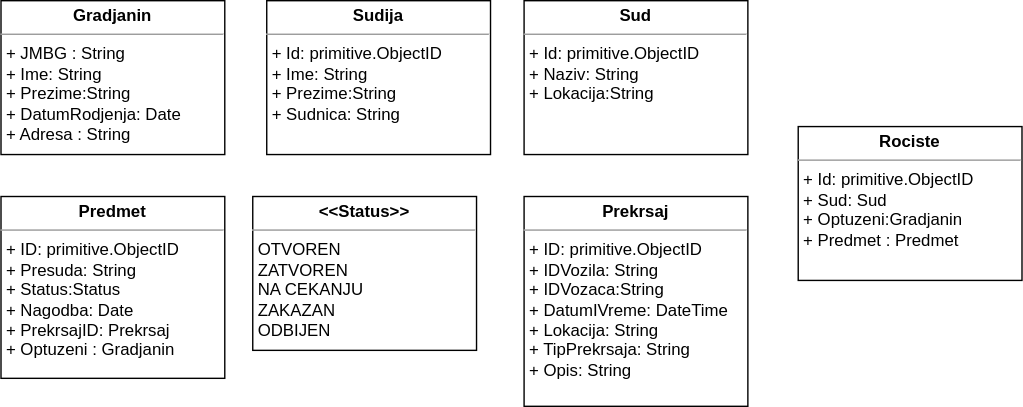
Above: Diagrams/PrekrsajniSudClassDiagram.svg in anna02272/EGovernment (draw.io), before the change. Source tidied: cells renumbered, new cells last; positions are measured from the earlier drawing's top-left corner, leaving out a move shared by most shapes. Source of this version:
```xml
<mxGraphModel>
  <root>
    <mxCell id="0" />
    <mxCell id="1" parent="0" />
    <mxCell id="2" value="&lt;p style=&quot;margin:0px;margin-top:4px;text-align:center;&quot;&gt;&lt;b&gt;Gradjanin&lt;/b&gt;&lt;/p&gt;&lt;hr size=&quot;1&quot;&gt;&lt;p style=&quot;margin:0px;margin-left:4px;&quot;&gt;+ JMBG : String&lt;/p&gt;&lt;p style=&quot;margin:0px;margin-left:4px;&quot;&gt;+ Ime: String&lt;/p&gt;&lt;p style=&quot;margin:0px;margin-left:4px;&quot;&gt;+ Prezime:String&lt;/p&gt;&lt;p style=&quot;margin:0px;margin-left:4px;&quot;&gt;+ DatumRodjenja: Date&lt;/p&gt;&lt;p style=&quot;margin:0px;margin-left:4px;&quot;&gt;+ Adresa : String&lt;/p&gt;&lt;p style=&quot;margin:0px;margin-left:4px;&quot;&gt;&lt;br&gt;&lt;/p&gt;" style="verticalAlign=top;align=left;overflow=fill;fontSize=12;fontFamily=Helvetica;html=1;whiteSpace=wrap;" parent="1" vertex="1">
      <mxGeometry width="160" height="110" as="geometry" />
    </mxCell>
    <mxCell id="3" value="&lt;p style=&quot;margin:0px;margin-top:4px;text-align:center;&quot;&gt;&lt;b&gt;Sudija&lt;/b&gt;&lt;/p&gt;&lt;hr size=&quot;1&quot;&gt;&lt;p style=&quot;margin:0px;margin-left:4px;&quot;&gt;+ Id: primitive.ObjectID&lt;/p&gt;&lt;p style=&quot;margin:0px;margin-left:4px;&quot;&gt;+ Ime: String&lt;/p&gt;&lt;p style=&quot;margin:0px;margin-left:4px;&quot;&gt;+ Prezime:String&lt;/p&gt;&lt;p style=&quot;margin:0px;margin-left:4px;&quot;&gt;+ Sudnica: String&lt;/p&gt;&lt;p style=&quot;margin:0px;margin-left:4px;&quot;&gt;&lt;br&gt;&lt;/p&gt;" style="verticalAlign=top;align=left;overflow=fill;fontSize=12;fontFamily=Helvetica;html=1;whiteSpace=wrap;" parent="1" vertex="1">
      <mxGeometry x="190" width="160" height="110" as="geometry" />
    </mxCell>
    <mxCell id="4" value="&lt;p style=&quot;margin:0px;margin-top:4px;text-align:center;&quot;&gt;&lt;b&gt;Predmet&lt;/b&gt;&lt;/p&gt;&lt;hr size=&quot;1&quot;&gt;&lt;p style=&quot;margin:0px;margin-left:4px;&quot;&gt;+ ID: primitive.ObjectID&lt;/p&gt;&lt;p style=&quot;margin:0px;margin-left:4px;&quot;&gt;+ Presuda: String&lt;/p&gt;&lt;p style=&quot;margin:0px;margin-left:4px;&quot;&gt;+ Status:Status&lt;/p&gt;&lt;p style=&quot;margin:0px;margin-left:4px;&quot;&gt;+ Nagodba: Date&lt;/p&gt;&lt;p style=&quot;margin:0px;margin-left:4px;&quot;&gt;+ PrekrsajID: Prekrsaj&lt;/p&gt;&lt;p style=&quot;margin:0px;margin-left:4px;&quot;&gt;+ Optuzeni : Gradjanin&lt;/p&gt;&lt;p style=&quot;margin:0px;margin-left:4px;&quot;&gt;&lt;br&gt;&lt;/p&gt;&lt;p style=&quot;margin:0px;margin-left:4px;&quot;&gt;&lt;br&gt;&lt;/p&gt;" style="verticalAlign=top;align=left;overflow=fill;fontSize=12;fontFamily=Helvetica;html=1;whiteSpace=wrap;" parent="1" vertex="1">
      <mxGeometry y="140" width="160" height="130" as="geometry" />
    </mxCell>
    <mxCell id="5" value="&lt;p style=&quot;margin:0px;margin-top:4px;text-align:center;&quot;&gt;&lt;b&gt;Sud&lt;/b&gt;&lt;/p&gt;&lt;hr size=&quot;1&quot;&gt;&lt;p style=&quot;border-color: var(--border-color); margin: 0px 0px 0px 4px;&quot;&gt;+ Id: primitive.ObjectID&lt;/p&gt;&lt;p style=&quot;margin:0px;margin-left:4px;&quot;&gt;+ Naziv: String&lt;br&gt;&lt;/p&gt;&lt;p style=&quot;margin:0px;margin-left:4px;&quot;&gt;+ Lokacija:String&lt;/p&gt;&lt;p style=&quot;margin:0px;margin-left:4px;&quot;&gt;&lt;br&gt;&lt;/p&gt;&lt;p style=&quot;margin:0px;margin-left:4px;&quot;&gt;&lt;br&gt;&lt;/p&gt;" style="verticalAlign=top;align=left;overflow=fill;fontSize=12;fontFamily=Helvetica;html=1;whiteSpace=wrap;" parent="1" vertex="1">
      <mxGeometry x="374" width="160" height="110" as="geometry" />
    </mxCell>
    <mxCell id="6" value="&lt;p style=&quot;margin:0px;margin-top:4px;text-align:center;&quot;&gt;&lt;b&gt;&amp;lt;&amp;lt;Status&amp;gt;&amp;gt;&lt;/b&gt;&lt;/p&gt;&lt;hr size=&quot;1&quot;&gt;&lt;p style=&quot;border-color: var(--border-color); margin: 0px 0px 0px 4px;&quot;&gt;OTVOREN&lt;/p&gt;&lt;p style=&quot;border-color: var(--border-color); margin: 0px 0px 0px 4px;&quot;&gt;ZATVOREN&lt;/p&gt;&lt;p style=&quot;border-color: var(--border-color); margin: 0px 0px 0px 4px;&quot;&gt;NA CEKANJU&amp;nbsp;&lt;/p&gt;&lt;p style=&quot;border-color: var(--border-color); margin: 0px 0px 0px 4px;&quot;&gt;ZAKAZAN&lt;/p&gt;&lt;p style=&quot;border-color: var(--border-color); margin: 0px 0px 0px 4px;&quot;&gt;ODBIJEN&lt;/p&gt;&lt;p style=&quot;margin:0px;margin-left:4px;&quot;&gt;&lt;br&gt;&lt;/p&gt;&lt;p style=&quot;margin:0px;margin-left:4px;&quot;&gt;&lt;br&gt;&lt;/p&gt;" style="verticalAlign=top;align=left;overflow=fill;fontSize=12;fontFamily=Helvetica;html=1;whiteSpace=wrap;" parent="1" vertex="1">
      <mxGeometry x="180" y="140" width="160" height="110" as="geometry" />
    </mxCell>
    <mxCell id="7" value="&lt;p style=&quot;margin:0px;margin-top:4px;text-align:center;&quot;&gt;&lt;b&gt;Prekrsaj&lt;/b&gt;&lt;/p&gt;&lt;hr size=&quot;1&quot;&gt;&lt;p style=&quot;margin:0px;margin-left:4px;&quot;&gt;+ ID: primitive.ObjectID&lt;/p&gt;&lt;p style=&quot;margin:0px;margin-left:4px;&quot;&gt;+ IDVozila: String&lt;/p&gt;&lt;p style=&quot;margin:0px;margin-left:4px;&quot;&gt;+ IDVozaca:String&lt;/p&gt;&lt;p style=&quot;margin:0px;margin-left:4px;&quot;&gt;+ DatumIVreme: DateTime&lt;/p&gt;&lt;p style=&quot;margin:0px;margin-left:4px;&quot;&gt;+ Lokacija: String&lt;/p&gt;&lt;p style=&quot;margin:0px;margin-left:4px;&quot;&gt;+ TipPrekrsaja: String&lt;/p&gt;&lt;p style=&quot;margin:0px;margin-left:4px;&quot;&gt;+ Opis: String&lt;/p&gt;&lt;p style=&quot;margin:0px;margin-left:4px;&quot;&gt;&lt;br&gt;&lt;/p&gt;&lt;p style=&quot;margin:0px;margin-left:4px;&quot;&gt;&lt;br&gt;&lt;/p&gt;&lt;p style=&quot;margin:0px;margin-left:4px;&quot;&gt;&lt;br&gt;&lt;/p&gt;" style="verticalAlign=top;align=left;overflow=fill;fontSize=12;fontFamily=Helvetica;html=1;whiteSpace=wrap;" parent="1" vertex="1">
      <mxGeometry x="374" y="140" width="160" height="150" as="geometry" />
    </mxCell>
    <mxCell id="8" value="&lt;p style=&quot;margin:0px;margin-top:4px;text-align:center;&quot;&gt;&lt;b&gt;Rociste&lt;/b&gt;&lt;/p&gt;&lt;hr size=&quot;1&quot;&gt;&lt;p style=&quot;border-color: var(--border-color); margin: 0px 0px 0px 4px;&quot;&gt;+ Id: primitive.ObjectID&lt;/p&gt;&lt;p style=&quot;margin:0px;margin-left:4px;&quot;&gt;+ Sud: Sud&lt;br&gt;&lt;/p&gt;&lt;p style=&quot;margin:0px;margin-left:4px;&quot;&gt;+ Optuzeni:Gradjanin&lt;/p&gt;&lt;p style=&quot;margin:0px;margin-left:4px;&quot;&gt;+ Predmet : Predmet&lt;/p&gt;&lt;p style=&quot;margin:0px;margin-left:4px;&quot;&gt;&lt;br&gt;&lt;/p&gt;&lt;p style=&quot;margin:0px;margin-left:4px;&quot;&gt;&lt;br&gt;&lt;/p&gt;" style="verticalAlign=top;align=left;overflow=fill;fontSize=12;fontFamily=Helvetica;html=1;whiteSpace=wrap;" parent="1" vertex="1">
      <mxGeometry x="570" y="90" width="160" height="110" as="geometry" />
    </mxCell>
  </root>
</mxGraphModel>
```
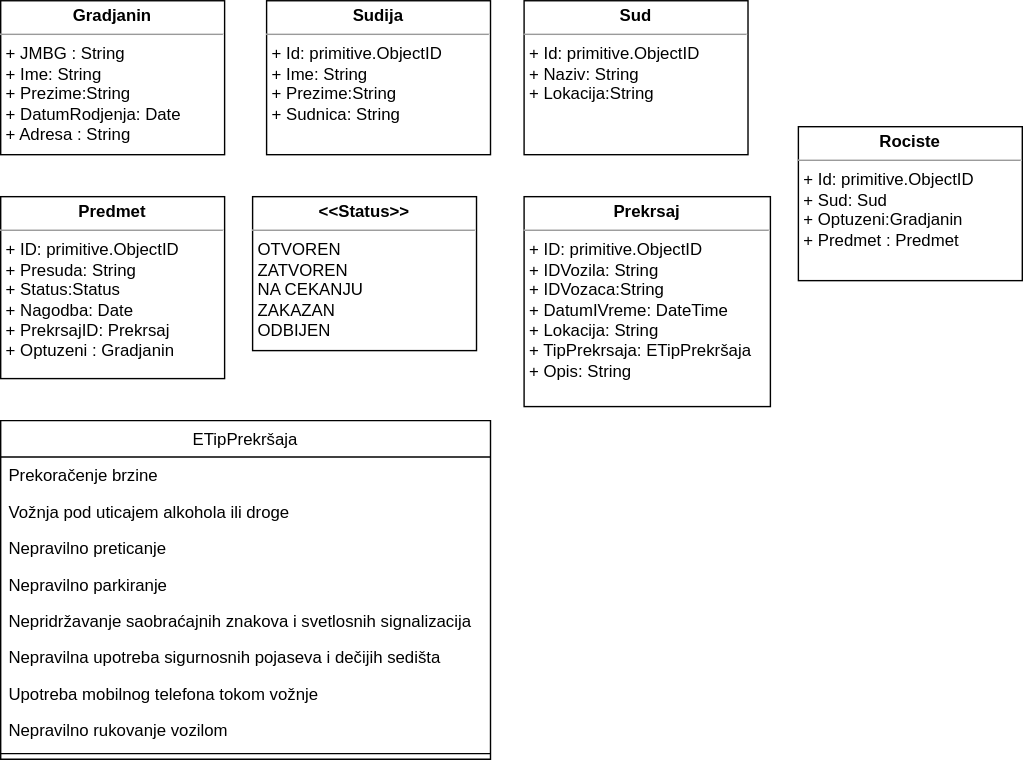
Above is the later version.

Diff of the diagram source:
```diff
@@ -17,11 +17,41 @@
     <mxCell id="6" value="&lt;p style=&quot;margin:0px;margin-top:4px;text-align:center;&quot;&gt;&lt;b&gt;&amp;lt;&amp;lt;Status&amp;gt;&amp;gt;&lt;/b&gt;&lt;/p&gt;&lt;hr size=&quot;1&quot;&gt;&lt;p style=&quot;border-color: var(--border-color); margin: 0px 0px 0px 4px;&quot;&gt;OTVOREN&lt;/p&gt;&lt;p style=&quot;border-color: var(--border-color); margin: 0px 0px 0px 4px;&quot;&gt;ZATVOREN&lt;/p&gt;&lt;p style=&quot;border-color: var(--border-color); margin: 0px 0px 0px 4px;&quot;&gt;NA CEKANJU&amp;nbsp;&lt;/p&gt;&lt;p style=&quot;border-color: var(--border-color); margin: 0px 0px 0px 4px;&quot;&gt;ZAKAZAN&lt;/p&gt;&lt;p style=&quot;border-color: var(--border-color); margin: 0px 0px 0px 4px;&quot;&gt;ODBIJEN&lt;/p&gt;&lt;p style=&quot;margin:0px;margin-left:4px;&quot;&gt;&lt;br&gt;&lt;/p&gt;&lt;p style=&quot;margin:0px;margin-left:4px;&quot;&gt;&lt;br&gt;&lt;/p&gt;" style="verticalAlign=top;align=left;overflow=fill;fontSize=12;fontFamily=Helvetica;html=1;whiteSpace=wrap;" parent="1" vertex="1">
       <mxGeometry x="180" y="140" width="160" height="110" as="geometry" />
     </mxCell>
-    <mxCell id="7" value="&lt;p style=&quot;margin:0px;margin-top:4px;text-align:center;&quot;&gt;&lt;b&gt;Prekrsaj&lt;/b&gt;&lt;/p&gt;&lt;hr size=&quot;1&quot;&gt;&lt;p style=&quot;margin:0px;margin-left:4px;&quot;&gt;+ ID: primitive.ObjectID&lt;/p&gt;&lt;p style=&quot;margin:0px;margin-left:4px;&quot;&gt;+ IDVozila: String&lt;/p&gt;&lt;p style=&quot;margin:0px;margin-left:4px;&quot;&gt;+ IDVozaca:String&lt;/p&gt;&lt;p style=&quot;margin:0px;margin-left:4px;&quot;&gt;+ DatumIVreme: DateTime&lt;/p&gt;&lt;p style=&quot;margin:0px;margin-left:4px;&quot;&gt;+ Lokacija: String&lt;/p&gt;&lt;p style=&quot;margin:0px;margin-left:4px;&quot;&gt;+ TipPrekrsaja: String&lt;/p&gt;&lt;p style=&quot;margin:0px;margin-left:4px;&quot;&gt;+ Opis: String&lt;/p&gt;&lt;p style=&quot;margin:0px;margin-left:4px;&quot;&gt;&lt;br&gt;&lt;/p&gt;&lt;p style=&quot;margin:0px;margin-left:4px;&quot;&gt;&lt;br&gt;&lt;/p&gt;&lt;p style=&quot;margin:0px;margin-left:4px;&quot;&gt;&lt;br&gt;&lt;/p&gt;" style="verticalAlign=top;align=left;overflow=fill;fontSize=12;fontFamily=Helvetica;html=1;whiteSpace=wrap;" parent="1" vertex="1">
-      <mxGeometry x="374" y="140" width="160" height="150" as="geometry" />
+    <mxCell id="7" value="&lt;p style=&quot;margin:0px;margin-top:4px;text-align:center;&quot;&gt;&lt;b&gt;Prekrsaj&lt;/b&gt;&lt;/p&gt;&lt;hr size=&quot;1&quot;&gt;&lt;p style=&quot;margin:0px;margin-left:4px;&quot;&gt;+ ID: primitive.ObjectID&lt;/p&gt;&lt;p style=&quot;margin:0px;margin-left:4px;&quot;&gt;+ IDVozila: String&lt;/p&gt;&lt;p style=&quot;margin:0px;margin-left:4px;&quot;&gt;+ IDVozaca:String&lt;/p&gt;&lt;p style=&quot;margin:0px;margin-left:4px;&quot;&gt;+ DatumIVreme: DateTime&lt;/p&gt;&lt;p style=&quot;margin:0px;margin-left:4px;&quot;&gt;+ Lokacija: String&lt;/p&gt;&lt;p style=&quot;margin:0px;margin-left:4px;&quot;&gt;+ TipPrekrsaja:&amp;nbsp;&lt;span style=&quot;text-align: center; text-wrap: nowrap; background-color: initial;&quot;&gt;ETipPrekršaja&lt;/span&gt;&lt;/p&gt;&lt;p style=&quot;margin:0px;margin-left:4px;&quot;&gt;+ Opis: String&lt;/p&gt;&lt;p style=&quot;margin:0px;margin-left:4px;&quot;&gt;&lt;br&gt;&lt;/p&gt;&lt;p style=&quot;margin:0px;margin-left:4px;&quot;&gt;&lt;br&gt;&lt;/p&gt;&lt;p style=&quot;margin:0px;margin-left:4px;&quot;&gt;&lt;br&gt;&lt;/p&gt;" style="verticalAlign=top;align=left;overflow=fill;fontSize=12;fontFamily=Helvetica;html=1;whiteSpace=wrap;" parent="1" vertex="1">
+      <mxGeometry x="374" y="140" width="176" height="150" as="geometry" />
     </mxCell>
     <mxCell id="8" value="&lt;p style=&quot;margin:0px;margin-top:4px;text-align:center;&quot;&gt;&lt;b&gt;Rociste&lt;/b&gt;&lt;/p&gt;&lt;hr size=&quot;1&quot;&gt;&lt;p style=&quot;border-color: var(--border-color); margin: 0px 0px 0px 4px;&quot;&gt;+ Id: primitive.ObjectID&lt;/p&gt;&lt;p style=&quot;margin:0px;margin-left:4px;&quot;&gt;+ Sud: Sud&lt;br&gt;&lt;/p&gt;&lt;p style=&quot;margin:0px;margin-left:4px;&quot;&gt;+ Optuzeni:Gradjanin&lt;/p&gt;&lt;p style=&quot;margin:0px;margin-left:4px;&quot;&gt;+ Predmet : Predmet&lt;/p&gt;&lt;p style=&quot;margin:0px;margin-left:4px;&quot;&gt;&lt;br&gt;&lt;/p&gt;&lt;p style=&quot;margin:0px;margin-left:4px;&quot;&gt;&lt;br&gt;&lt;/p&gt;" style="verticalAlign=top;align=left;overflow=fill;fontSize=12;fontFamily=Helvetica;html=1;whiteSpace=wrap;" parent="1" vertex="1">
       <mxGeometry x="570" y="90" width="160" height="110" as="geometry" />
     </mxCell>
+    <mxCell id="9" value="ETipPrekršaja" style="swimlane;fontStyle=0;align=center;verticalAlign=top;horizontal=1;startSize=26;rounded=0;shadow=0;strokeWidth=1;" parent="1" vertex="1">
+      <mxGeometry y="300" width="350" height="242" as="geometry" />
+    </mxCell>
+    <mxCell id="10" value="Prekoračenje brzine" style="text;align=left;verticalAlign=top;spacingLeft=4;spacingRight=4;overflow=hidden;" parent="9" vertex="1">
+      <mxGeometry y="26" width="350" height="26" as="geometry" />
+    </mxCell>
+    <mxCell id="11" value="Vožnja pod uticajem alkohola ili droge" style="text;align=left;verticalAlign=top;spacingLeft=4;spacingRight=4;overflow=hidden;" parent="9" vertex="1">
+      <mxGeometry y="52" width="350" height="26" as="geometry" />
+    </mxCell>
+    <mxCell id="12" value="Nepravilno preticanje&#10;" style="text;align=left;verticalAlign=top;spacingLeft=4;spacingRight=4;overflow=hidden;" parent="9" vertex="1">
+      <mxGeometry y="78" width="350" height="26" as="geometry" />
+    </mxCell>
+    <mxCell id="13" value="Nepravilno parkiranje&#10;" style="text;align=left;verticalAlign=top;spacingLeft=4;spacingRight=4;overflow=hidden;" parent="9" vertex="1">
+      <mxGeometry y="104" width="350" height="26" as="geometry" />
+    </mxCell>
+    <mxCell id="14" value="Nepridržavanje saobraćajnih znakova i svetlosnih signalizacija&#10;" style="text;align=left;verticalAlign=top;spacingLeft=4;spacingRight=4;overflow=hidden;" parent="9" vertex="1">
+      <mxGeometry y="130" width="350" height="26" as="geometry" />
+    </mxCell>
+    <mxCell id="15" value="Nepravilna upotreba sigurnosnih pojaseva i dečijih sedišta&#10;" style="text;align=left;verticalAlign=top;spacingLeft=4;spacingRight=4;overflow=hidden;" parent="9" vertex="1">
+      <mxGeometry y="156" width="350" height="26" as="geometry" />
+    </mxCell>
+    <mxCell id="16" value="Upotreba mobilnog telefona tokom vožnje&#10;&#10;" style="text;align=left;verticalAlign=top;spacingLeft=4;spacingRight=4;overflow=hidden;" parent="9" vertex="1">
+      <mxGeometry y="182" width="350" height="26" as="geometry" />
+    </mxCell>
+    <mxCell id="17" value="Nepravilno rukovanje vozilom&#10;" style="text;align=left;verticalAlign=top;spacingLeft=4;spacingRight=4;overflow=hidden;" parent="9" vertex="1">
+      <mxGeometry y="208" width="350" height="26" as="geometry" />
+    </mxCell>
+    <mxCell id="18" style="line;html=1;strokeWidth=1;align=left;verticalAlign=middle;spacingTop=-1;spacingLeft=3;spacingRight=3;labelPosition=right;" parent="9" vertex="1">
+      <mxGeometry y="234" width="350" height="8" as="geometry" />
+    </mxCell>
   </root>
 </mxGraphModel>
```
